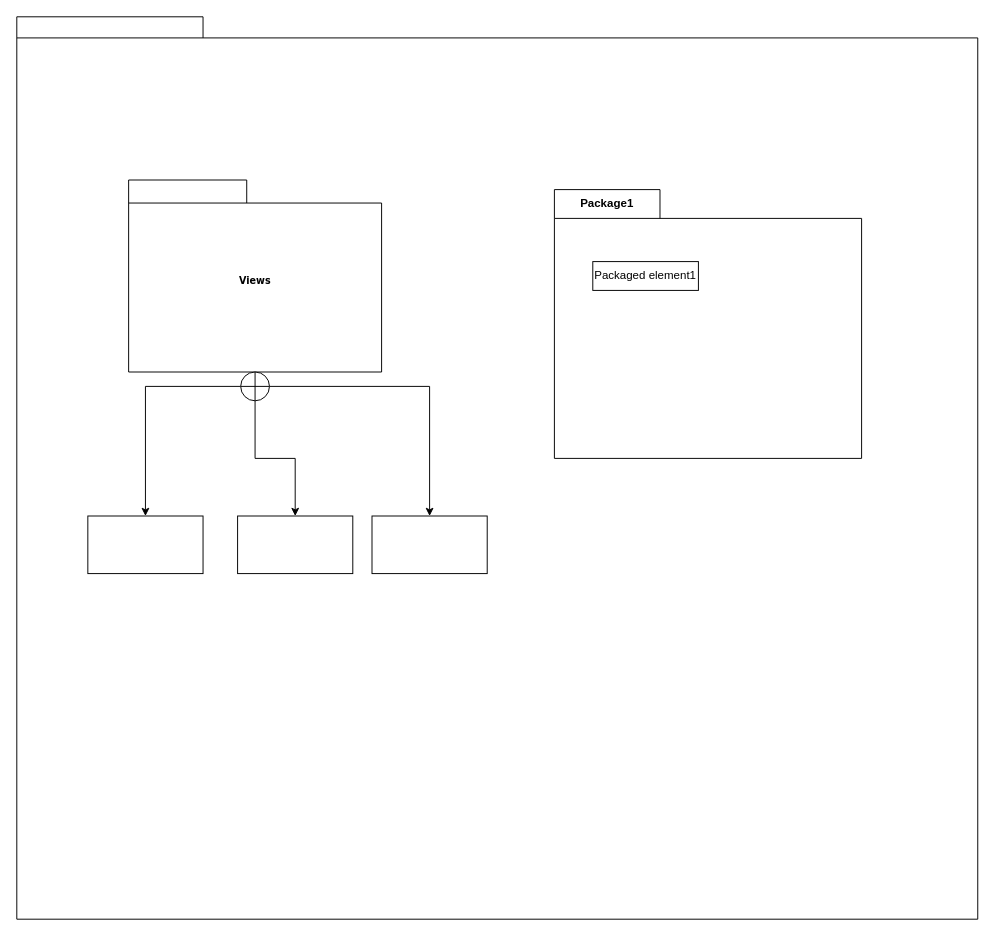
The draw.io diagram package.drawio in wasimic311/uml, before the edit. Source tidied: cells renumbered, new cells numbered last; positions are measured from the earlier drawing's top-left corner, leaving out a move shared by most shapes. Both pictures are drawn from the tidied source at 96%, with x=0, y=0 at pixel (16, 16).
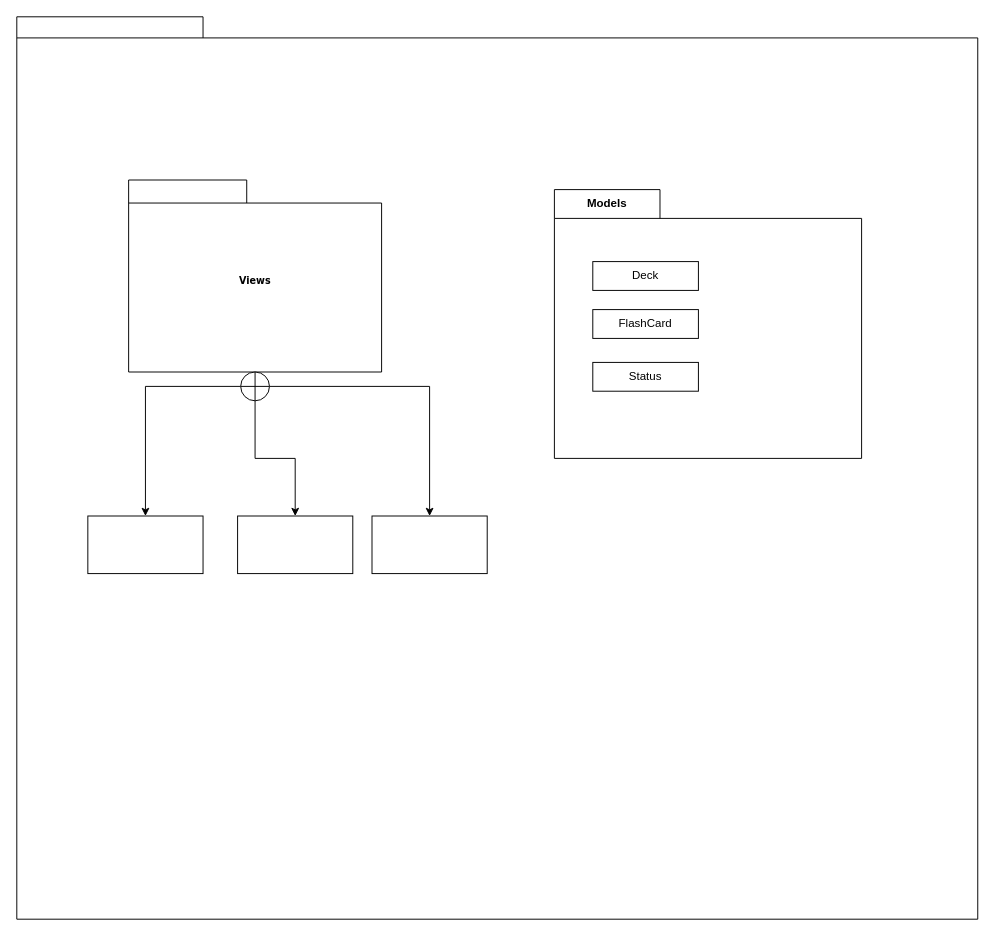
Above is the later version.

What changed in the source:
```diff
@@
 <mxGraphModel>
   <root>
     <mxCell id="0" />
     <mxCell id="1" parent="0" />
     <mxCell id="2" style="shape=folder;fontStyle=1;spacingTop=10;tabWidth=194;tabHeight=22;tabPosition=left;html=1;rounded=0;shadow=0;comic=0;labelBackgroundColor=none;strokeWidth=1;fillColor=none;fontFamily=Verdana;fontSize=10;align=center;" parent="1" vertex="1">
       <mxGeometry width="1001" height="940" as="geometry" />
     </mxCell>
     <mxCell id="3" value="Views" style="shape=folder;fontStyle=1;spacingTop=10;tabWidth=123;tabHeight=24;tabPosition=left;html=1;rounded=0;shadow=0;comic=0;labelBackgroundColor=none;strokeColor=#000000;strokeWidth=1;fillColor=#ffffff;fontFamily=Verdana;fontSize=10;fontColor=#000000;align=center;" parent="1" vertex="1">
       <mxGeometry x="116.5" y="170" width="263.5" height="200" as="geometry" />
     </mxCell>
     <mxCell id="4" style="edgeStyle=orthogonalEdgeStyle;rounded=0;jettySize=auto;html=1;" parent="1" edge="1" source="7" target="8">
       <mxGeometry relative="1" as="geometry" />
     </mxCell>
     <mxCell id="5" style="edgeStyle=orthogonalEdgeStyle;rounded=0;jettySize=auto;html=1;" parent="1" edge="1" source="7" target="9">
       <mxGeometry relative="1" as="geometry" />
     </mxCell>
     <mxCell id="6" style="edgeStyle=orthogonalEdgeStyle;rounded=0;jettySize=auto;html=1;" parent="1" edge="1" source="7" target="10">
       <mxGeometry relative="1" as="geometry" />
     </mxCell>
     <mxCell id="7" style="shape=orEllipse;perimeter=ellipsePerimeter;whiteSpace=wrap;html=1;backgroundOutline=1;" parent="1" vertex="1">
       <mxGeometry x="233.2" y="370" width="30" height="30" as="geometry" />
     </mxCell>
     <mxCell id="8" style="whiteSpace=wrap;html=1;" parent="1" vertex="1">
       <mxGeometry x="74" y="520" width="120" height="60" as="geometry" />
     </mxCell>
     <mxCell id="9" style="whiteSpace=wrap;html=1;" parent="1" vertex="1">
       <mxGeometry x="230" y="520" width="120" height="60" as="geometry" />
     </mxCell>
     <mxCell id="10" style="whiteSpace=wrap;html=1;" parent="1" vertex="1">
       <mxGeometry x="370" y="520" width="120" height="60" as="geometry" />
     </mxCell>
-    <mxCell id="11" value="Package1" style="shape=folder;fontStyle=1;tabWidth=110;tabHeight=30;tabPosition=left;html=1;boundedLbl=1;labelInHeader=1;whiteSpace=wrap;" parent="1" vertex="1">
+    <mxCell id="11" value="Models" style="shape=folder;fontStyle=1;tabWidth=110;tabHeight=30;tabPosition=left;html=1;boundedLbl=1;labelInHeader=1;whiteSpace=wrap;" parent="1" vertex="1">
       <mxGeometry x="560" y="180" width="320" height="280" as="geometry" />
     </mxCell>
-    <mxCell id="12" value="Packaged element1" style="html=1;whiteSpace=wrap;" parent="11" vertex="1">
+    <mxCell id="12" value="Deck" style="html=1;whiteSpace=wrap;" parent="11" vertex="1">
       <mxGeometry width="110" height="30" relative="1" as="geometry">
         <mxPoint x="40" y="75" as="offset" />
       </mxGeometry>
     </mxCell>
+    <mxCell id="13" value="FlashCard" style="html=1;whiteSpace=wrap;" parent="11" vertex="1">
+      <mxGeometry x="40" y="125" width="110" height="30" as="geometry" />
+    </mxCell>
+    <mxCell id="14" value="Status" style="html=1;whiteSpace=wrap;" parent="11" vertex="1">
+      <mxGeometry x="40" y="180" width="110" height="30" as="geometry" />
+    </mxCell>
   </root>
 </mxGraphModel>
```
